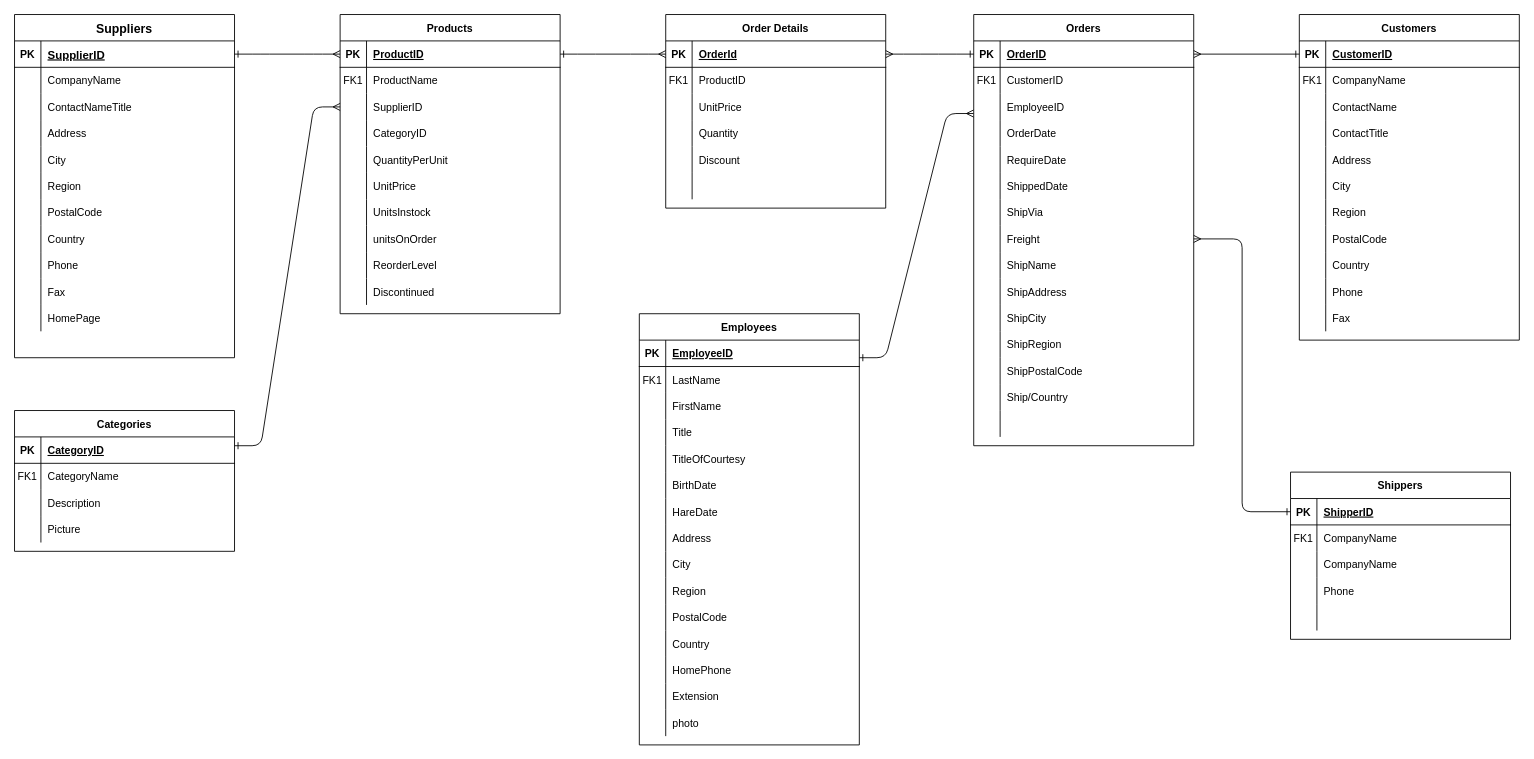
Before: entity Diagram.drawio in nattapon62/ER_diagram, a draw.io diagram. Source tidied: cells renumbered, new cells numbered last; positions are measured from the earlier drawing's top-left corner, leaving out a move shared by most shapes. Both pictures are drawn from the tidied source at 88%, with x=0, y=0 at pixel (14, 14).
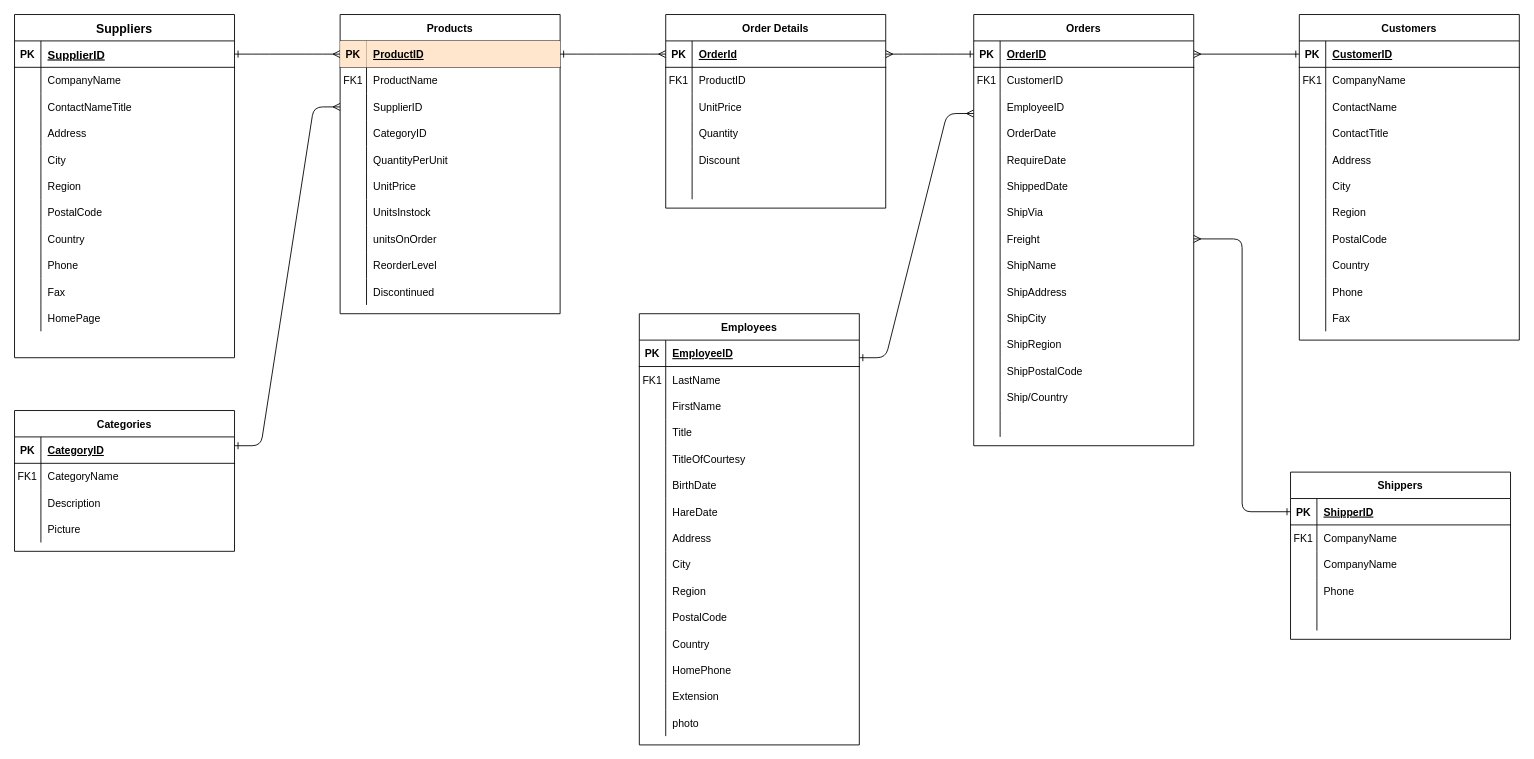
Above is the later version.

Unchanged cells that the change refers to:
```xml
<mxCell id="4" style="shape=partialRectangle;fillColor=none;points=[[0,0.5],[1,0.5]];portConstraint=eastwest;top=0;left=0;right=0;bottom=1;" parent="3" vertex="1">
  <mxGeometry y="30" width="250" height="30" as="geometry" />
</mxCell>
```

Diff of the diagram source:
```diff
@@
-    <mxCell id="5" value="PK" style="shape=partialRectangle;overflow=hidden;fillColor=none;top=0;left=0;bottom=0;right=0;fontStyle=1;" parent="4" vertex="1">
+    <mxCell id="5" value="PK" style="shape=partialRectangle;overflow=hidden;fillColor=#ffe6cc;top=0;left=0;bottom=0;right=0;fontStyle=1;strokeColor=#d79b00;" parent="4" vertex="1">
       <mxGeometry width="30" height="30" as="geometry" />
     </mxCell>
-    <mxCell id="6" value="ProductID" style="shape=partialRectangle;overflow=hidden;fillColor=none;top=0;left=0;bottom=0;right=0;align=left;spacingLeft=6;fontStyle=5;" parent="4" vertex="1">
+    <mxCell id="6" value="ProductID" style="shape=partialRectangle;overflow=hidden;fillColor=#ffe6cc;top=0;left=0;bottom=0;right=0;align=left;spacingLeft=6;fontStyle=5;strokeColor=#d79b00;" parent="4" vertex="1">
       <mxGeometry x="30" width="220" height="30" as="geometry" />
     </mxCell>
```
